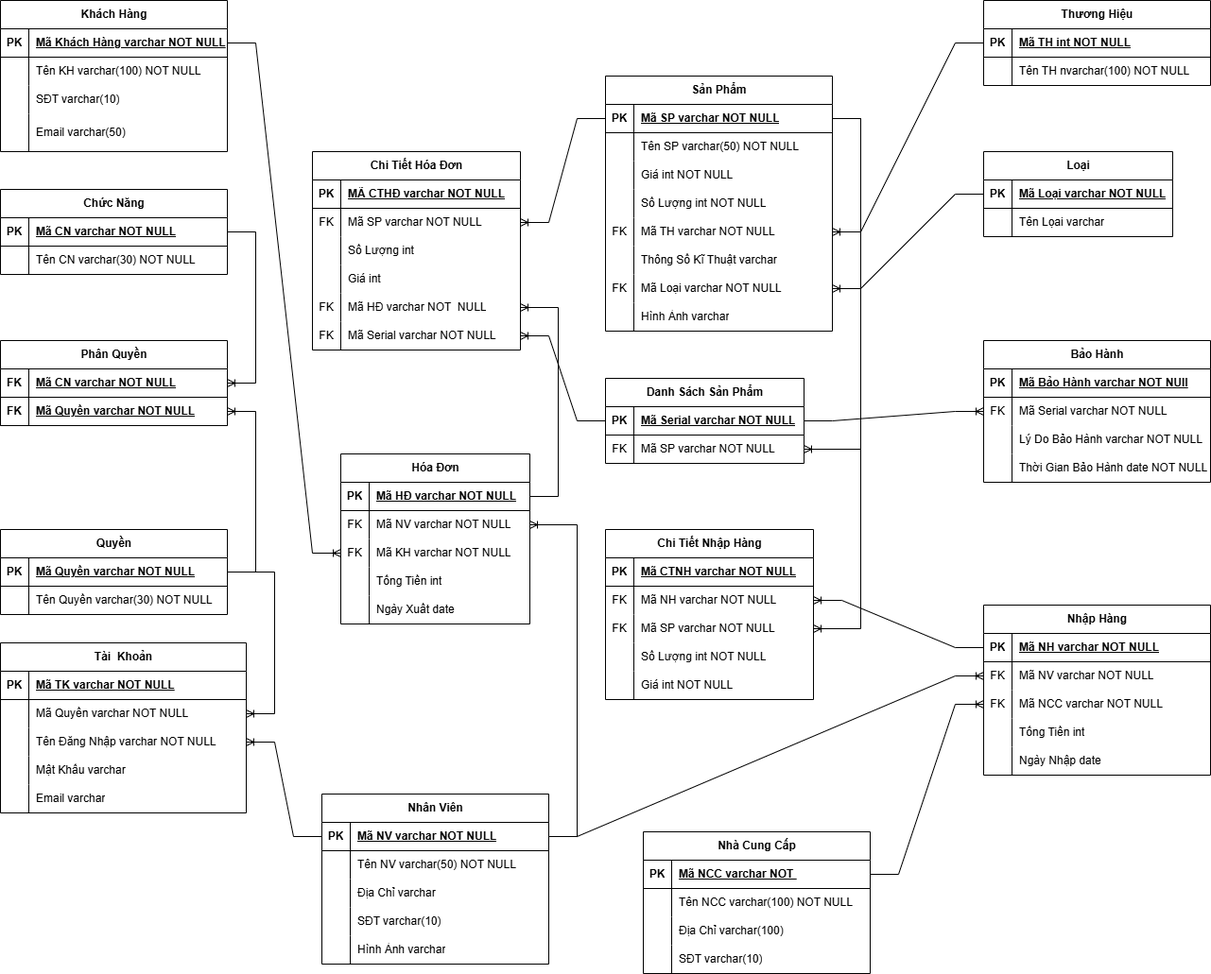
The draw.io diagram src/main/resources/ERD-BanCauLOngFinal.png in NguyenToanThang-kotaru/BadmintonManagement_Java, before a commit. Source tidied: cells renumbered, new cells last; positions are measured from the earlier drawing's top-left corner, leaving out a move shared by most shapes.
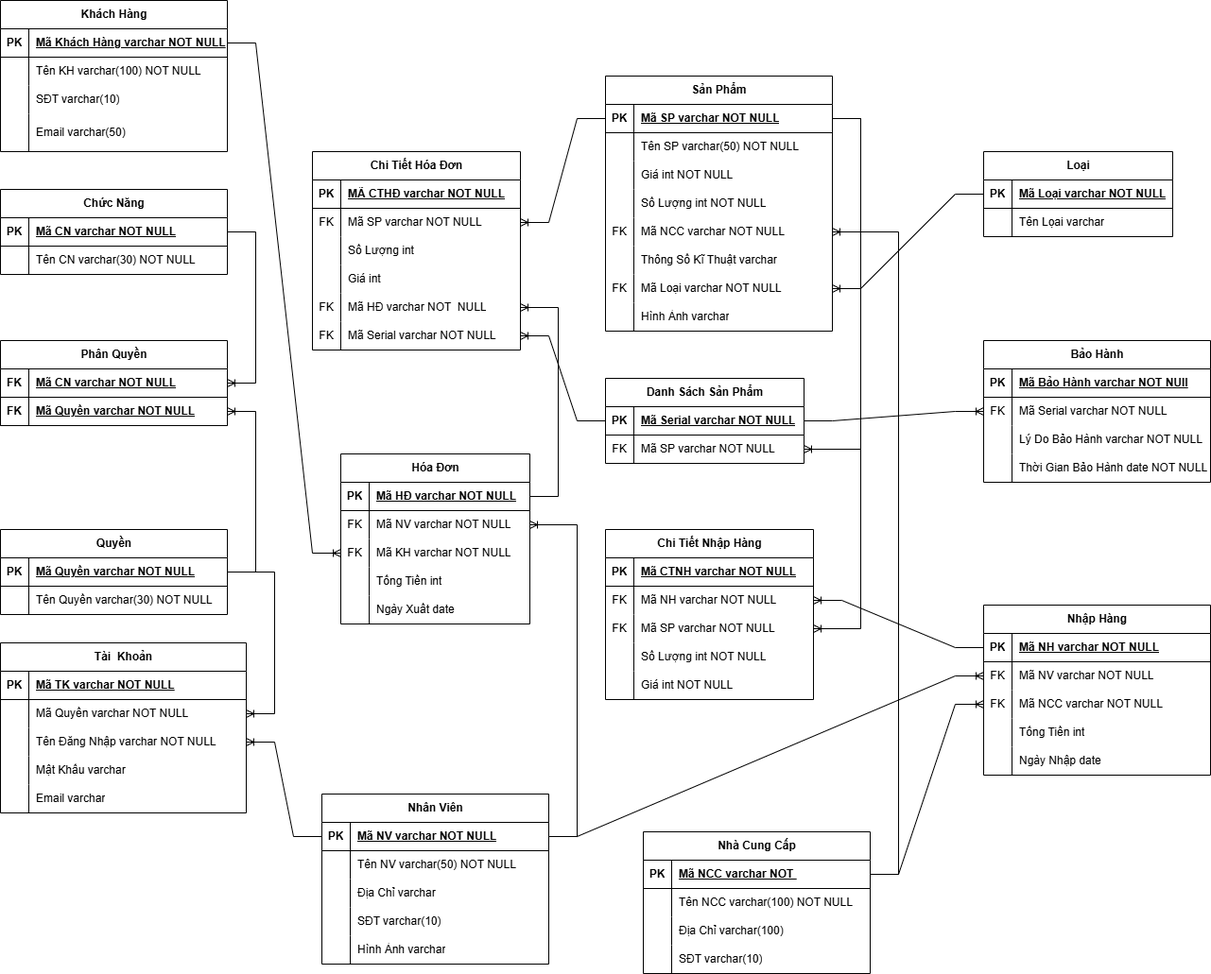
After the commit.

What changed in the source:
```diff
@@ -281,7 +281,7 @@
     <mxCell id="94" value="FK" style="shape=partialRectangle;fillColor=none;top=0;left=0;bottom=0;right=0;overflow=hidden;whiteSpace=wrap;html=1;" parent="93" vertex="1">
       <mxGeometry width="30" height="30" as="geometry" />
     </mxCell>
-    <mxCell id="95" value="Mã TH varchar NOT NULL" style="shape=partialRectangle;fillColor=none;top=0;left=0;bottom=0;right=0;align=left;spacingLeft=6;overflow=hidden;whiteSpace=wrap;html=1;" parent="93" vertex="1">
+    <mxCell id="95" value="Mã NCC varchar NOT NULL" style="shape=partialRectangle;fillColor=none;top=0;left=0;bottom=0;right=0;align=left;spacingLeft=6;overflow=hidden;whiteSpace=wrap;html=1;" parent="93" vertex="1">
       <mxGeometry x="30" width="210" height="30" as="geometry" />
     </mxCell>
     <mxCell id="96" style="shape=tableRow;horizontal=0;startSize=0;swimlaneHead=0;swimlaneBody=0;fillColor=none;top=0;left=0;right=0;bottom=0;" parent="80" vertex="1">
@@ -446,27 +446,6 @@
     <mxCell id="149" value="Ngày Nhập date" style="shape=partialRectangle;fillColor=none;top=0;left=0;bottom=0;right=0;align=left;spacingLeft=6;overflow=hidden;whiteSpace=wrap;html=1;" parent="147" vertex="1">
       <mxGeometry x="30" width="210" height="30" as="geometry" />
     </mxCell>
-    <mxCell id="150" value="Thương Hiệu" style="shape=table;startSize=30;rowLines=0;fontStyle=1;align=center;html=1;" parent="1" vertex="1">
-      <mxGeometry x="1040" width="240" height="90" as="geometry" />
-    </mxCell>
-    <mxCell id="151" style="shape=tableRow;horizontal=0;startSize=0;swimlaneHead=0;swimlaneBody=0;fillColor=none;points=[[0,0.5],[1,0.5]];portConstraint=eastwest;top=0;left=0;right=0;bottom=1;" parent="150" vertex="1">
-      <mxGeometry y="30" width="240" height="30" as="geometry" />
-    </mxCell>
-    <mxCell id="152" value="PK" style="shape=partialRectangle;fillColor=none;top=0;left=0;bottom=0;right=0;fontStyle=1;overflow=hidden;whiteSpace=wrap;html=1;" parent="151" vertex="1">
-      <mxGeometry width="30" height="30" as="geometry" />
-    </mxCell>
-    <mxCell id="153" value="Mã TH int NOT NULL" style="shape=partialRectangle;fillColor=none;top=0;left=0;bottom=0;right=0;align=left;spacingLeft=6;fontStyle=5;overflow=hidden;whiteSpace=wrap;html=1;" parent="151" vertex="1">
-      <mxGeometry x="30" width="210" height="30" as="geometry" />
-    </mxCell>
-    <mxCell id="154" style="shape=tableRow;horizontal=0;startSize=0;swimlaneHead=0;swimlaneBody=0;fillColor=none;top=0;left=0;right=0;bottom=0;" parent="150" vertex="1">
-      <mxGeometry y="60" width="240" height="30" as="geometry" />
-    </mxCell>
-    <mxCell id="155" style="shape=partialRectangle;fillColor=none;top=0;left=0;bottom=0;right=0;overflow=hidden;whiteSpace=wrap;html=1;" parent="154" vertex="1">
-      <mxGeometry width="30" height="30" as="geometry" />
-    </mxCell>
-    <mxCell id="156" value="Tên TH nvarchar(100) NOT NULL" style="shape=partialRectangle;fillColor=none;top=0;left=0;bottom=0;right=0;align=left;spacingLeft=6;overflow=hidden;whiteSpace=wrap;html=1;" parent="154" vertex="1">
-      <mxGeometry x="30" width="210" height="30" as="geometry" />
-    </mxCell>
     <mxCell id="157" style="edgeStyle=entityRelationEdgeStyle;fontSize=12;html=1;endArrow=ERoneToMany;rounded=0;" parent="1" edge="1" source="3" target="71">
       <mxGeometry relative="1" as="geometry" />
     </mxCell>
@@ -491,9 +470,6 @@
     <mxCell id="164" style="edgeStyle=entityRelationEdgeStyle;fontSize=12;html=1;endArrow=ERoneToMany;rounded=0;" parent="1" edge="1" source="122" target="141">
       <mxGeometry relative="1" as="geometry" />
     </mxCell>
-    <mxCell id="165" style="edgeStyle=entityRelationEdgeStyle;fontSize=12;html=1;endArrow=ERoneToMany;rounded=0;" parent="1" edge="1" source="151" target="93">
-      <mxGeometry relative="1" as="geometry" />
-    </mxCell>
     <mxCell id="166" value="Tài&amp;nbsp; Khoản" style="shape=table;startSize=30;rowLines=0;fontStyle=1;align=center;html=1;" parent="1" vertex="1">
       <mxGeometry y="680" width="260" height="180" as="geometry" />
     </mxCell>
@@ -590,9 +566,6 @@
     <mxCell id="197" style="edgeStyle=entityRelationEdgeStyle;fontSize=12;html=1;endArrow=ERoneToMany;rounded=0;" parent="1" edge="1" source="81" target="194">
       <mxGeometry relative="1" as="geometry" />
     </mxCell>
-    <mxCell id="198" style="edgeStyle=entityRelationEdgeStyle;fontSize=12;html=1;endArrow=ERoneToMany;rounded=0;" parent="1" edge="1" source="23" target="x">
-      <mxGeometry relative="1" as="geometry" />
-    </mxCell>
     <mxCell id="199" value="Bảo Hành" style="shape=table;startSize=30;rowLines=0;fontStyle=1;align=center;html=1;" parent="1" vertex="1">
       <mxGeometry x="1040" y="360" width="240" height="150" as="geometry" />
     </mxCell>
@@ -671,5 +644,8 @@
     <mxCell id="224" style="edgeStyle=entityRelationEdgeStyle;fontSize=12;html=1;endArrow=ERoneToMany;rounded=0;" parent="1" edge="1" source="16" target="217">
       <mxGeometry relative="1" as="geometry" />
     </mxCell>
+    <mxCell id="225" style="edgeStyle=entityRelationEdgeStyle;fontSize=12;html=1;endArrow=ERoneToMany;rounded=0;" parent="1" edge="1" source="122" target="93">
+      <mxGeometry relative="1" as="geometry" />
+    </mxCell>
   </root>
 </mxGraphModel>
```
